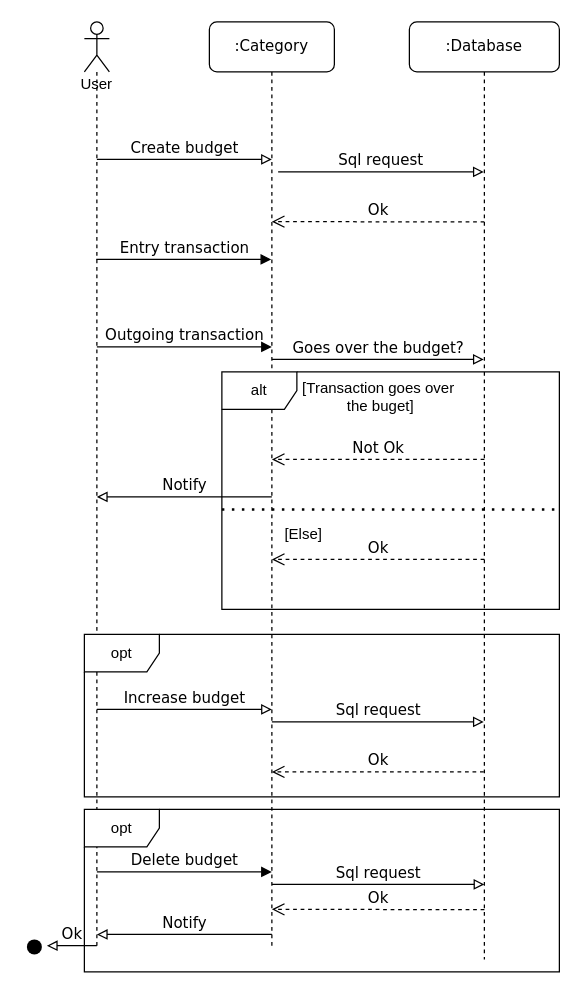
Before: docs/modelling/src/sequence_diagram.drawio in zanottipaolo/IS-Project, a draw.io diagram. Source tidied: cells renumbered, new cells numbered last; positions are measured from the earlier drawing's top-left corner, leaving out a move shared by most shapes. Both pictures are drawn from the tidied source at 125%, with x=0, y=0 at pixel (-66, 21).
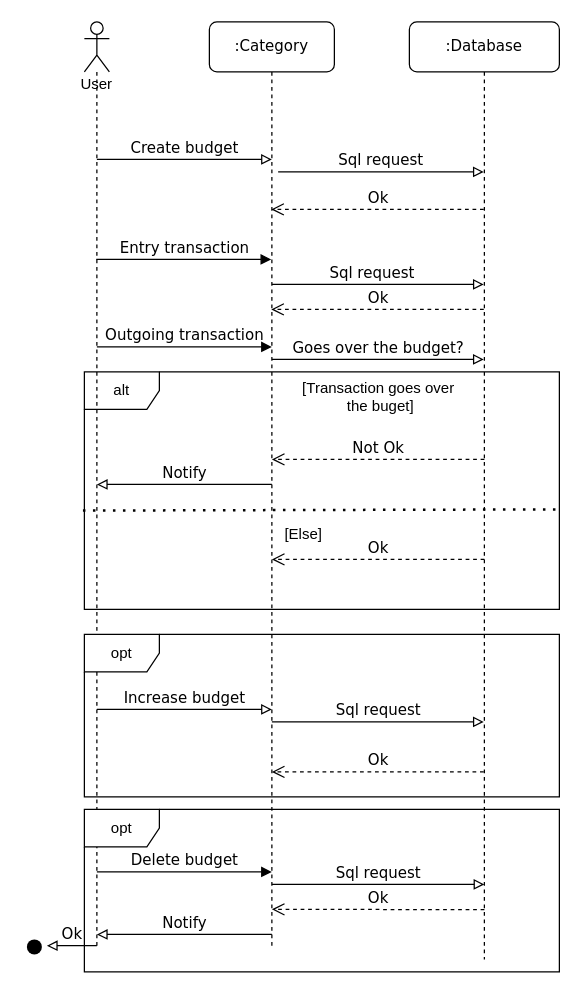
After the change.

The change refers to these unchanged cells:
```xml
<mxCell id="2" value=":Category" style="shape=umlLifeline;perimeter=lifelinePerimeter;whiteSpace=wrap;html=1;outlineConnect=0;rounded=1;shadow=0;comic=0;labelBackgroundColor=none;strokeWidth=1;fontFamily=Verdana;fontSize=12;align=center;" parent="1" vertex="1">
  <mxGeometry x="220" width="100" height="740" as="geometry" />
</mxCell>
<mxCell id="4" value=":Database" style="shape=umlLifeline;perimeter=lifelinePerimeter;whiteSpace=wrap;html=1;outlineConnect=0;rounded=1;shadow=0;comic=0;labelBackgroundColor=none;strokeWidth=1;fontFamily=Verdana;fontSize=12;align=center;" parent="1" vertex="1">
  <mxGeometry x="380" width="120" height="750" as="geometry" />
</mxCell>
```

The edit, as a diff of the source:
```diff
@@
     <mxCell id="5" value="alt" style="shape=umlFrame;whiteSpace=wrap;html=1;" parent="4" vertex="1">
-      <mxGeometry x="-150" y="280" width="270" height="190" as="geometry" />
+      <mxGeometry x="-260" y="280" width="380" height="190" as="geometry" />
     </mxCell>
-    <mxCell id="6" style="endArrow=none;dashed=1;html=1;dashPattern=1 3;strokeWidth=2;rounded=0;entryX=1;entryY=0.579;entryDx=0;entryDy=0;entryPerimeter=0;" parent="4" edge="1" target="5">
-      <mxGeometry relative="1" as="geometry">
-        <mxPoint x="-150" y="390" as="sourcePoint" />
-      </mxGeometry>
+    <mxCell id="6" style="endArrow=none;dashed=1;html=1;dashPattern=1 3;strokeWidth=2;rounded=0;entryX=1;entryY=0.579;entryDx=0;entryDy=0;entryPerimeter=0;exitX=-0.003;exitY=0.584;exitDx=0;exitDy=0;exitPerimeter=0;" parent="4" edge="1" source="5" target="5">
+      <mxGeometry relative="1" as="geometry" />
     </mxCell>
@@
+    <mxCell id="18" value="Notify" style="html=1;verticalAlign=bottom;endArrow=block;labelBackgroundColor=none;fontFamily=Verdana;fontSize=12;edgeStyle=elbowEdgeStyle;elbow=vertical;endFill=0;exitX=0.148;exitY=0.526;exitDx=0;exitDy=0;exitPerimeter=0;" parent="4" edge="1">
+      <mxGeometry relative="1" as="geometry">
+        <mxPoint x="-110" y="370" as="sourcePoint" />
+        <mxPoint x="-250" y="370.1" as="targetPoint" />
+        <Array as="points">
+          <mxPoint x="-240" y="370.1" />
+          <mxPoint x="-120" y="370.1" />
+        </Array>
+      </mxGeometry>
+    </mxCell>
+    <mxCell id="29" value="Sql request" style="html=1;verticalAlign=bottom;endArrow=block;labelBackgroundColor=none;fontFamily=Verdana;fontSize=12;edgeStyle=elbowEdgeStyle;elbow=vertical;endFill=0;" parent="4" edge="1" target="4">
+      <mxGeometry x="-0.06" relative="1" as="geometry">
+        <mxPoint x="-110" y="210" as="sourcePoint" />
+      </mxGeometry>
+    </mxCell>
@@
-    <mxCell id="18" value="Notify" style="html=1;verticalAlign=bottom;endArrow=block;labelBackgroundColor=none;fontFamily=Verdana;fontSize=12;edgeStyle=elbowEdgeStyle;elbow=vertical;endFill=0;exitX=0.148;exitY=0.526;exitDx=0;exitDy=0;exitPerimeter=0;" parent="1" edge="1" source="5">
-      <mxGeometry relative="1" as="geometry">
-        <mxPoint x="130" y="380" as="targetPoint" />
-        <Array as="points">
-          <mxPoint x="140" y="380" />
-          <mxPoint x="260" y="380" />
-        </Array>
-      </mxGeometry>
-    </mxCell>
@@
-    <mxCell id="20" value="Ok" style="html=1;verticalAlign=bottom;endArrow=open;dashed=1;endSize=8;labelBackgroundColor=none;fontFamily=Verdana;fontSize=12;entryX=0.5;entryY=0.216;entryDx=0;entryDy=0;entryPerimeter=0;" parent="1" edge="1" target="2">
+    <mxCell id="20" value="Ok" style="html=1;verticalAlign=bottom;endArrow=open;dashed=1;endSize=8;labelBackgroundColor=none;fontFamily=Verdana;fontSize=12;" parent="1" edge="1" source="4" target="2">
       <mxGeometry relative="1" as="geometry">
-        <mxPoint x="440" y="160" as="sourcePoint" />
+        <Array as="points">
+          <mxPoint x="360" y="150" />
+        </Array>
       </mxGeometry>
     </mxCell>
@@
+    <mxCell id="30" value="Ok" style="html=1;verticalAlign=bottom;endArrow=open;dashed=1;endSize=8;labelBackgroundColor=none;fontFamily=Verdana;fontSize=12;" parent="1" edge="1" source="4" target="2">
+      <mxGeometry relative="1" as="geometry">
+        <Array as="points">
+          <mxPoint x="350" y="230" />
+        </Array>
+      </mxGeometry>
+    </mxCell>
```
